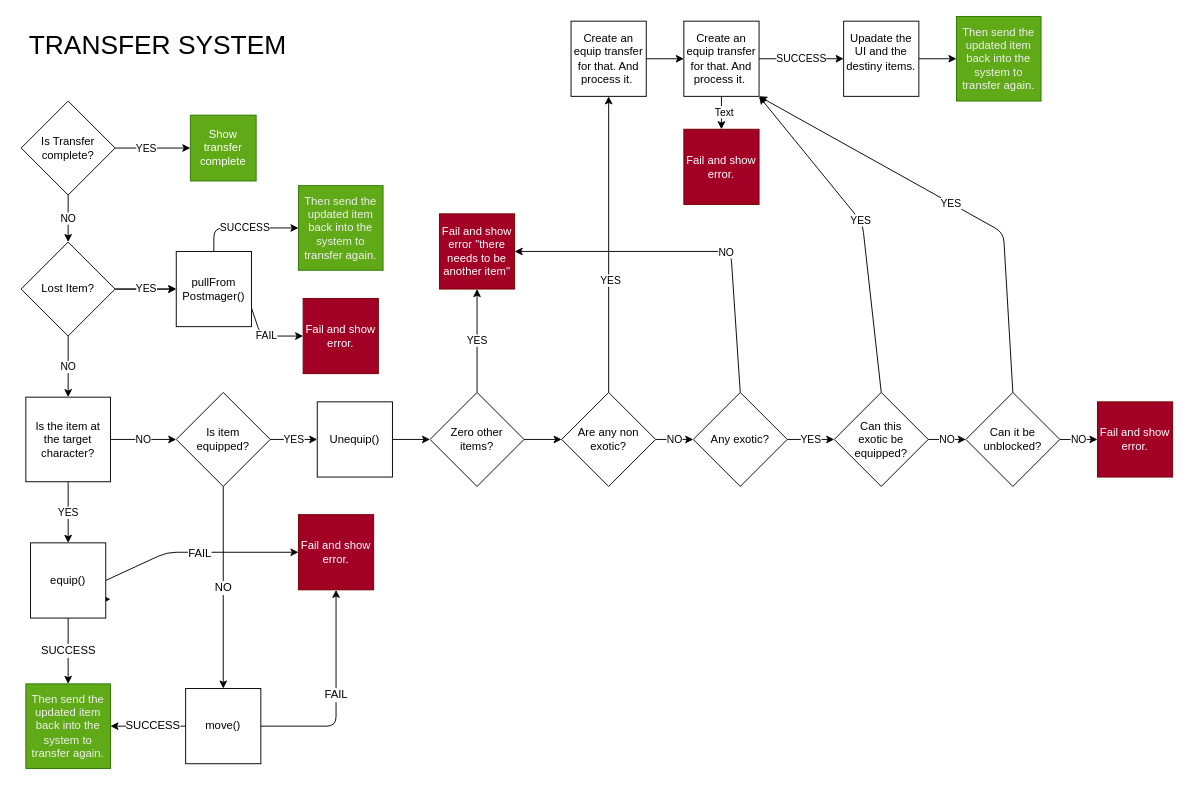
Earlier version of the draw.io diagram mono/docs/starlight/src/transferSystem.dio (NigelBreslaw/guardian-ghost). Source tidied: cells renumbered, new cells numbered last; positions are measured from the earlier drawing's top-left corner, leaving out a move shared by most shapes. Both pictures are drawn from the tidied source at 94%, with x=0, y=0 at pixel (16, 16).
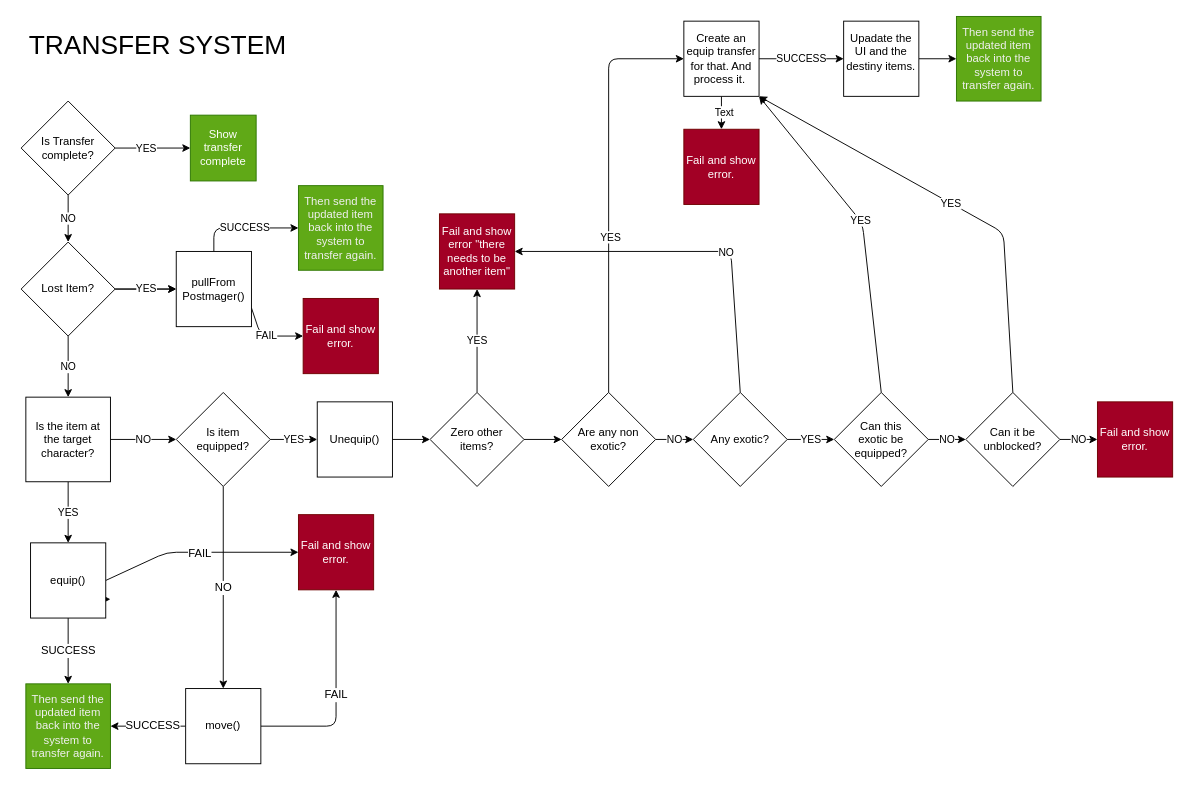
Above is the later version.

Commit message:
docs: Simplify transfer diagram

The change refers to these unchanged cells:
```xml
<mxCell id="19" value="Are any non exotic?" style="rhombus;whiteSpace=wrap;html=1;" parent="1" vertex="1">
  <mxGeometry x="580" y="400" width="100" height="100" as="geometry" />
</mxCell>
<mxCell id="25" value="Create an equip transfer for that. And process it.&amp;nbsp;" style="whiteSpace=wrap;html=1;" parent="1" vertex="1">
  <mxGeometry x="710" y="5" width="80" height="80" as="geometry" />
</mxCell>
```

What changed in the source:
```diff
@@
-    <mxCell id="16" style="edgeStyle=none;html=1;exitX=0.5;exitY=0;exitDx=0;exitDy=0;entryX=0.5;entryY=1;entryDx=0;entryDy=0;" parent="1" edge="1" source="19" target="21">
-      <mxGeometry relative="1" as="geometry" />
+    <mxCell id="16" style="edgeStyle=none;html=1;exitX=0.5;exitY=0;exitDx=0;exitDy=0;entryX=0;entryY=0.5;entryDx=0;entryDy=0;" parent="1" edge="1" source="19" target="25">
+      <mxGeometry relative="1" as="geometry">
+        <Array as="points">
+          <mxPoint x="630" y="45" />
+        </Array>
+      </mxGeometry>
     </mxCell>
@@
-    <mxCell id="20" style="edgeStyle=none;html=1;exitX=1;exitY=0.5;exitDx=0;exitDy=0;entryX=0;entryY=0.5;entryDx=0;entryDy=0;" parent="1" edge="1" source="21" target="25">
-      <mxGeometry relative="1" as="geometry" />
-    </mxCell>
-    <mxCell id="21" value="Create an equip transfer for that. And process it.&amp;nbsp;" style="whiteSpace=wrap;html=1;" parent="1" vertex="1">
-      <mxGeometry x="590" y="5" width="80" height="80" as="geometry" />
-    </mxCell>
```
